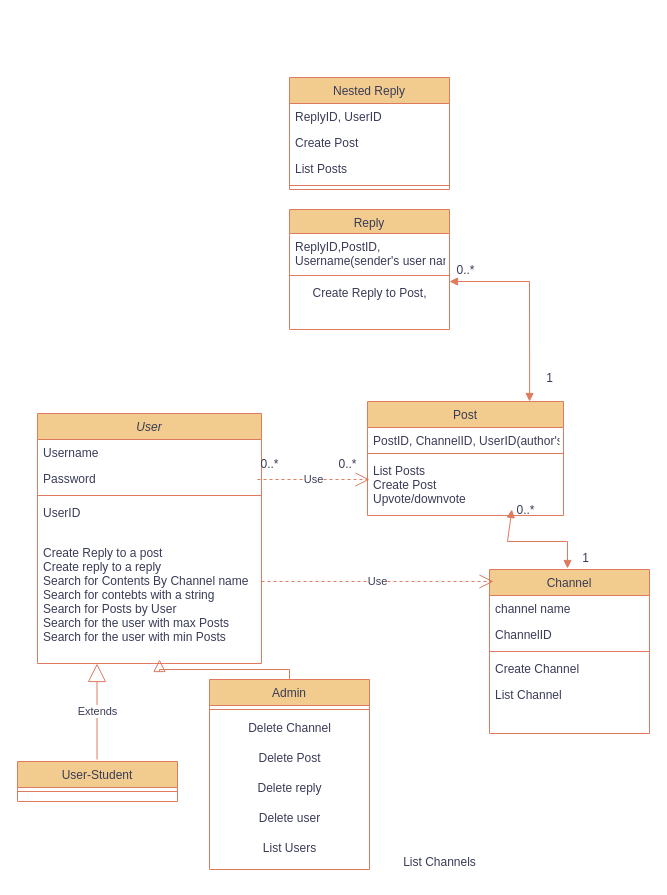
Above: class-diag.drawio in kejinglu/demo_23winter_web_project_docs (draw.io), before the change. Source tidied: cells renumbered, new cells numbered last; positions are measured from the earlier drawing's top-left corner, leaving out a move shared by most shapes. Both pictures are drawn from the tidied source at 100%, with x=0, y=0 at pixel (17, 77).
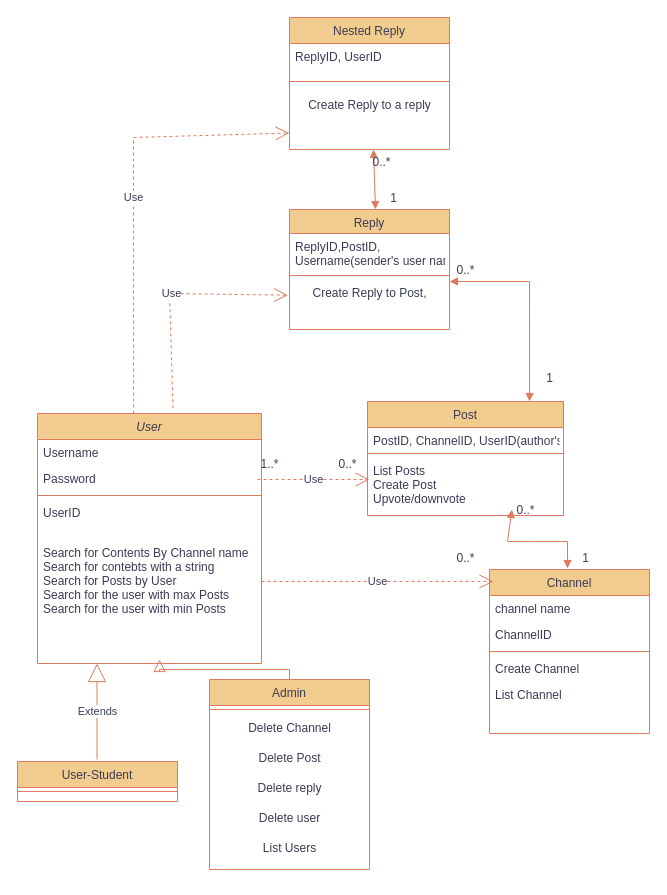
The same diagram, later.

Unchanged cells that the change refers to:
```xml
<mxCell id="2" value="User" style="swimlane;fontStyle=2;align=center;verticalAlign=top;horizontal=1;startSize=26;rounded=0;shadow=0;strokeWidth=1;labelBackgroundColor=none;fillColor=#F2CC8F;strokeColor=#E07A5F;fontColor=#393C56;" parent="1" vertex="1">
  <mxGeometry x="20" y="336" width="224" height="250" as="geometry" />
</mxCell>
<mxCell id="40" value="Create Reply to Post,&lt;br&gt;" style="text;html=1;align=center;verticalAlign=middle;points=[];strokeColor=none;fillColor=none;fontColor=#393C56;" parent="37" vertex="1">
  <mxGeometry y="72" width="160" height="24" as="geometry" />
</mxCell>
```

Diff of the diagram source:
```diff
@@
-    <mxCell id="7" value="&#10;Create Reply to a post&#10;Create reply to a reply&#10;Search for Contents By Channel name&#10;Search for contebts with a string&#10;Search for Posts by User&#10;Search for the user with max Posts&#10;Search for the user with min Posts" style="text;align=left;verticalAlign=top;spacingLeft=4;spacingRight=4;overflow=hidden;labelBackgroundColor=none;fontColor=#393C56;" parent="2" vertex="1">
+    <mxCell id="7" value="&#10;Search for Contents By Channel name&#10;Search for contebts with a string&#10;Search for Posts by User&#10;Search for the user with max Posts&#10;Search for the user with min Posts" style="text;align=left;verticalAlign=top;spacingLeft=4;spacingRight=4;overflow=hidden;labelBackgroundColor=none;fontColor=#393C56;" parent="2" vertex="1">
       <mxGeometry y="112" width="224" height="138" as="geometry" />
     </mxCell>
@@
-    <mxCell id="24" value="List Channels" style="text;html=1;align=center;verticalAlign=middle;strokeColor=none;fillColor=none;labelBackgroundColor=none;fontColor=#393C56;" parent="1" vertex="1">
-      <mxGeometry x="372" y="770" width="100" height="30" as="geometry" />
-    </mxCell>
@@
-    <mxCell id="29" value="0..*" style="text;html=1;align=center;verticalAlign=middle;strokeColor=none;fillColor=none;labelBackgroundColor=none;fontColor=#393C56;" parent="1" vertex="1">
-      <mxGeometry x="232" y="372" width="40" height="30" as="geometry" />
+    <mxCell id="29" value="1..*" style="text;html=1;align=center;verticalAlign=middle;strokeColor=none;fillColor=none;labelBackgroundColor=none;fontColor=#393C56;" parent="1" vertex="1">
+      <mxGeometry x="228" y="375" width="48" height="24" as="geometry" />
     </mxCell>
@@
     <mxCell id="41" value="Nested Reply" style="swimlane;fontStyle=0;align=center;verticalAlign=top;horizontal=1;startSize=26;rounded=0;shadow=0;strokeWidth=1;labelBackgroundColor=none;fillColor=#F2CC8F;strokeColor=#E07A5F;fontColor=#393C56;" parent="1" vertex="1">
-      <mxGeometry x="272" width="160" height="112" as="geometry" />
+      <mxGeometry x="272" y="-60" width="160" height="132" as="geometry" />
     </mxCell>
@@
-    <mxCell id="43" value="Create Post" style="text;align=left;verticalAlign=top;spacingLeft=4;spacingRight=4;overflow=hidden;labelBackgroundColor=none;fontColor=#393C56;" parent="41" vertex="1">
-      <mxGeometry y="52" width="160" height="26" as="geometry" />
-    </mxCell>
-    <mxCell id="44" value="List Posts" style="text;align=left;verticalAlign=top;spacingLeft=4;spacingRight=4;overflow=hidden;labelBackgroundColor=none;fontColor=#393C56;" parent="41" vertex="1">
-      <mxGeometry y="78" width="160" height="26" as="geometry" />
-    </mxCell>
     <mxCell id="45" style="line;html=1;strokeWidth=1;align=left;verticalAlign=middle;spacingTop=-1;spacingLeft=3;spacingRight=3;labelPosition=right;labelBackgroundColor=none;fillColor=#F2CC8F;strokeColor=#E07A5F;fontColor=#393C56;" parent="41" vertex="1">
-      <mxGeometry y="104" width="160" height="8" as="geometry" />
+      <mxGeometry y="52" width="160" height="24" as="geometry" />
     </mxCell>
+    <mxCell id="49" value="Create Reply to a reply&lt;br&gt;" style="text;html=1;align=center;verticalAlign=middle;strokeColor=none;fillColor=none;fontColor=#393C56;" parent="41" vertex="1">
+      <mxGeometry y="76" width="160" height="24" as="geometry" />
+    </mxCell>
@@
+    <mxCell id="50" value="Use" style="endArrow=open;endSize=12;dashed=1;html=1;rounded=0;strokeColor=#E07A5F;fontColor=#393C56;fillColor=#F2CC8F;exitX=0.605;exitY=-0.021;exitDx=0;exitDy=0;exitPerimeter=0;entryX=-0.01;entryY=0.571;entryDx=0;entryDy=0;entryPerimeter=0;" parent="1" edge="1" source="2" target="40">
+      <mxGeometry relative="1" as="geometry">
+        <Array as="points">
+          <mxPoint x="152" y="216" />
+        </Array>
+      </mxGeometry>
+    </mxCell>
+    <mxCell id="51" value="Use" style="endArrow=open;endSize=12;dashed=1;html=1;rounded=0;strokeColor=#E07A5F;fontColor=#393C56;fillColor=#F2CC8F;exitX=0.429;exitY=0;exitDx=0;exitDy=0;exitPerimeter=0;" parent="1" edge="1" source="2">
+      <mxGeometry relative="1" as="geometry">
+        <mxPoint x="272" y="55.5" as="targetPoint" />
+        <Array as="points">
+          <mxPoint x="116" y="60" />
+        </Array>
+      </mxGeometry>
+    </mxCell>
+    <mxCell id="52" style="endArrow=block;startArrow=block;endFill=1;startFill=1;html=1;rounded=0;strokeColor=#E07A5F;fontColor=#393C56;fillColor=#F2CC8F;" parent="1" edge="1">
+      <mxGeometry relative="1" as="geometry">
+        <mxPoint x="356" y="72" as="sourcePoint" />
+        <mxPoint x="358" y="132" as="targetPoint" />
+      </mxGeometry>
+    </mxCell>
+    <mxCell id="53" value="0..*" style="text;html=1;align=center;verticalAlign=middle;strokeColor=none;fillColor=none;fontColor=#393C56;" parent="1" vertex="1">
+      <mxGeometry x="340" y="73" width="48" height="24" as="geometry" />
+    </mxCell>
+    <mxCell id="54" value="1" style="text;html=1;align=center;verticalAlign=middle;strokeColor=none;fillColor=none;fontColor=#393C56;" parent="1" vertex="1">
+      <mxGeometry x="358" y="109" width="36" height="24" as="geometry" />
+    </mxCell>
+    <mxCell id="55" value="0..*" style="text;html=1;align=center;verticalAlign=middle;strokeColor=none;fillColor=none;fontColor=#393C56;" parent="1" vertex="1">
+      <mxGeometry x="424" y="469" width="48" height="24" as="geometry" />
+    </mxCell>
```
